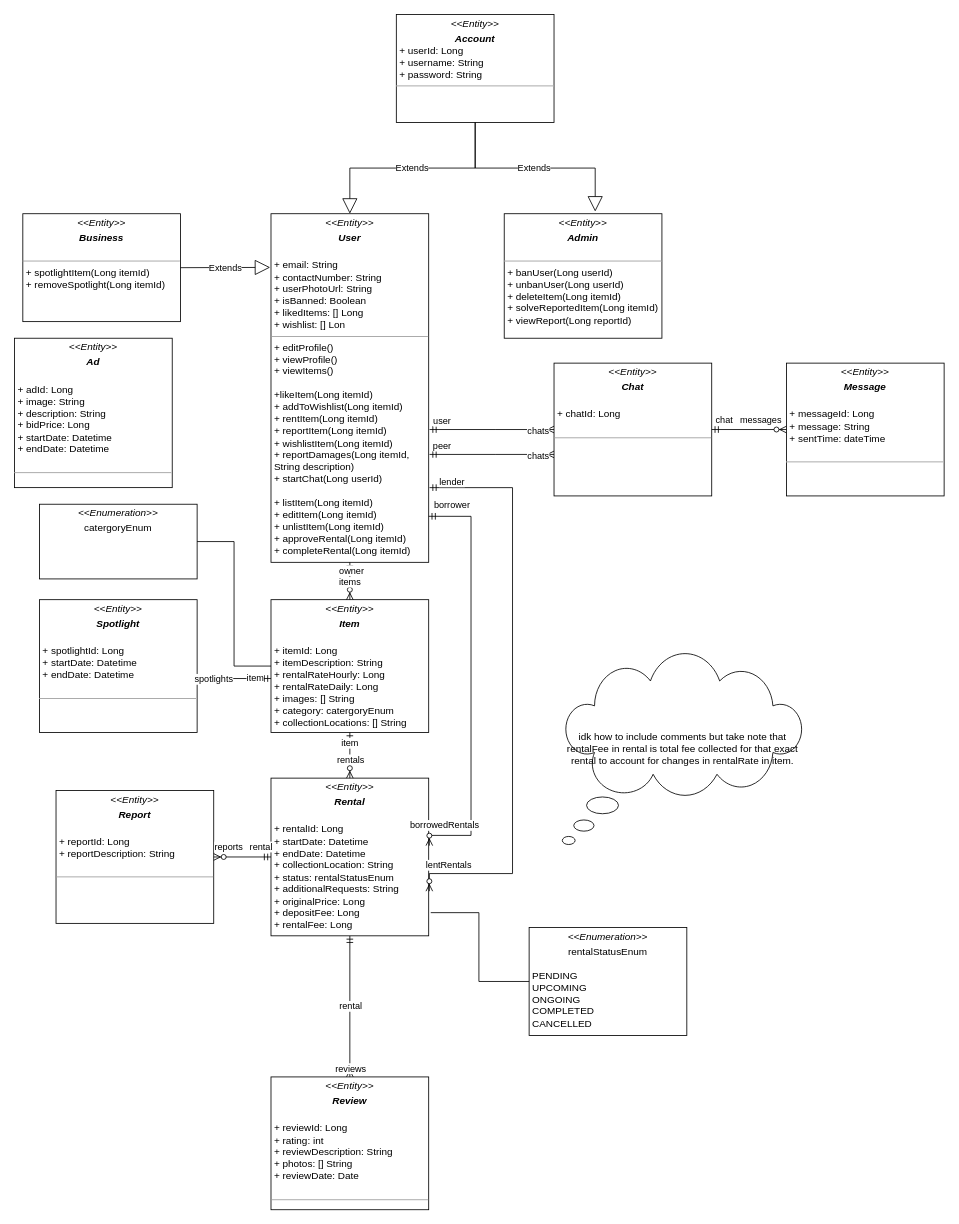
Before: Class Diagram.drawio in TohDeKai/SharEco, a draw.io diagram. Source tidied: cells renumbered, new cells numbered last; positions are measured from the earlier drawing's top-left corner, leaving out a move shared by most shapes. Both pictures are drawn from the tidied source at 83%, with x=0, y=0 at pixel (14, 14).
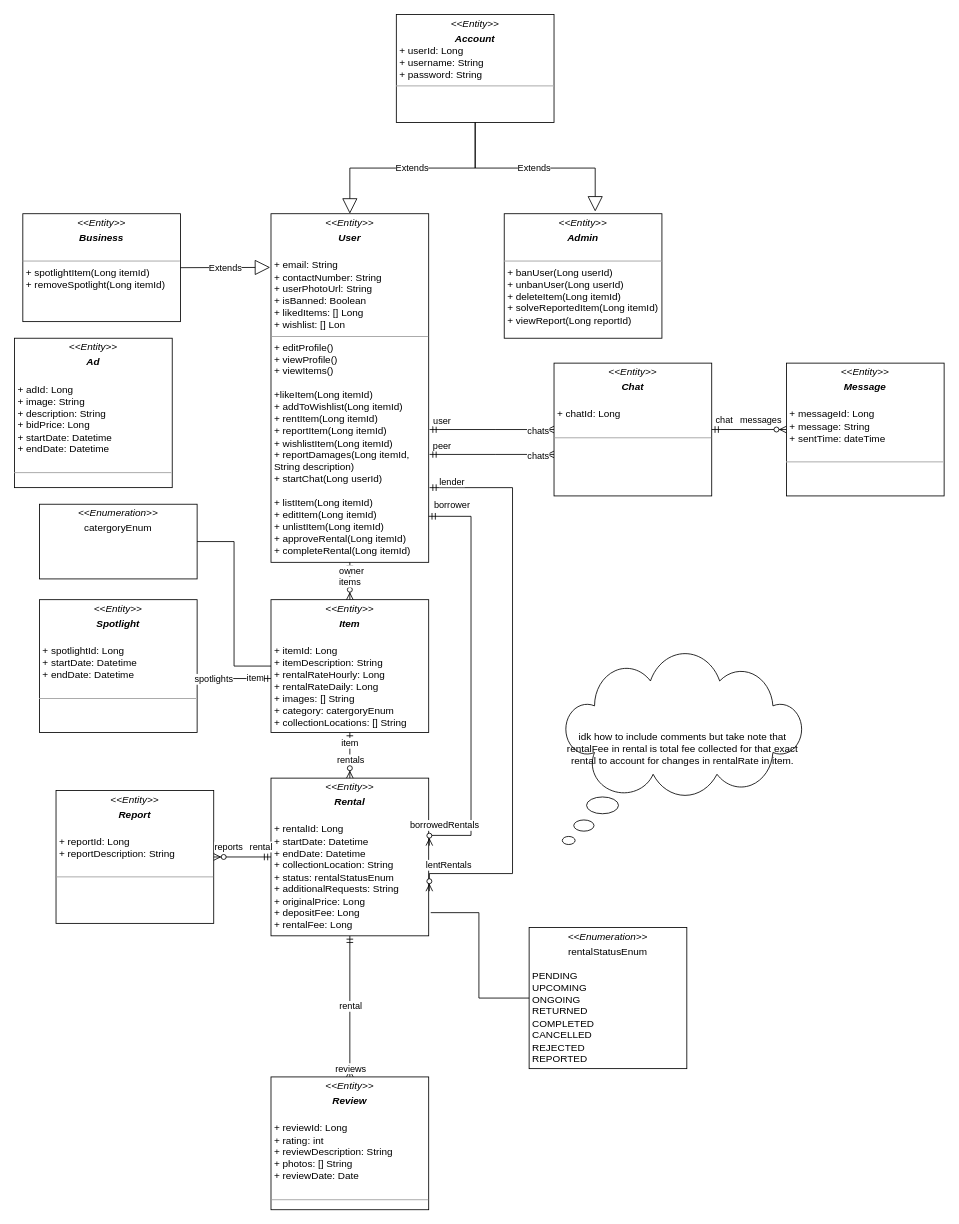
After the change.

Diff of the diagram source:
```diff
@@
-    <mxCell id="19" value="&lt;p style=&quot;margin:0px;margin-top:4px;text-align:center;&quot;&gt;&lt;i&gt;&amp;lt;&amp;lt;Enumeration&amp;gt;&amp;gt;&lt;/i&gt;&lt;/p&gt;&lt;p style=&quot;margin:0px;margin-top:4px;text-align:center;&quot;&gt;rentalStatusEnum&lt;/p&gt;&lt;p style=&quot;margin:0px;margin-left:4px;&quot;&gt;&lt;br&gt;&lt;/p&gt;&lt;p style=&quot;margin:0px;margin-left:4px;&quot;&gt;PENDING&lt;/p&gt;&lt;p style=&quot;margin:0px;margin-left:4px;&quot;&gt;UPCOMING&lt;/p&gt;&lt;p style=&quot;margin:0px;margin-left:4px;&quot;&gt;ONGOING&lt;/p&gt;&lt;p style=&quot;margin:0px;margin-left:4px;&quot;&gt;COMPLETED&lt;/p&gt;&lt;p style=&quot;margin:0px;margin-left:4px;&quot;&gt;CANCELLED&lt;/p&gt;&lt;p style=&quot;margin:0px;margin-left:4px;&quot;&gt;&lt;br&gt;&lt;/p&gt;" style="verticalAlign=top;align=left;overflow=fill;fontSize=12;fontFamily=Helvetica;html=1;whiteSpace=wrap;" parent="1" vertex="1">
-      <mxGeometry x="620" y="1100" width="190" height="130" as="geometry" />
+    <mxCell id="19" value="&lt;p style=&quot;margin:0px;margin-top:4px;text-align:center;&quot;&gt;&lt;i&gt;&amp;lt;&amp;lt;Enumeration&amp;gt;&amp;gt;&lt;/i&gt;&lt;/p&gt;&lt;p style=&quot;margin:0px;margin-top:4px;text-align:center;&quot;&gt;rentalStatusEnum&lt;/p&gt;&lt;p style=&quot;margin:0px;margin-left:4px;&quot;&gt;&lt;br&gt;&lt;/p&gt;&lt;p style=&quot;margin:0px;margin-left:4px;&quot;&gt;PENDING&lt;/p&gt;&lt;p style=&quot;margin:0px;margin-left:4px;&quot;&gt;UPCOMING&lt;/p&gt;&lt;p style=&quot;margin:0px;margin-left:4px;&quot;&gt;ONGOING&lt;/p&gt;&lt;p style=&quot;margin:0px;margin-left:4px;&quot;&gt;RETURNED&lt;/p&gt;&lt;p style=&quot;margin:0px;margin-left:4px;&quot;&gt;COMPLETED&lt;/p&gt;&lt;p style=&quot;margin:0px;margin-left:4px;&quot;&gt;CANCELLED&lt;br&gt;&lt;/p&gt;&lt;p style=&quot;margin:0px;margin-left:4px;&quot;&gt;REJECTED&lt;/p&gt;&lt;p style=&quot;margin:0px;margin-left:4px;&quot;&gt;REPORTED&lt;/p&gt;" style="verticalAlign=top;align=left;overflow=fill;fontSize=12;fontFamily=Helvetica;html=1;whiteSpace=wrap;" parent="1" vertex="1">
+      <mxGeometry x="620" y="1100" width="190" height="170" as="geometry" />
     </mxCell>
```
